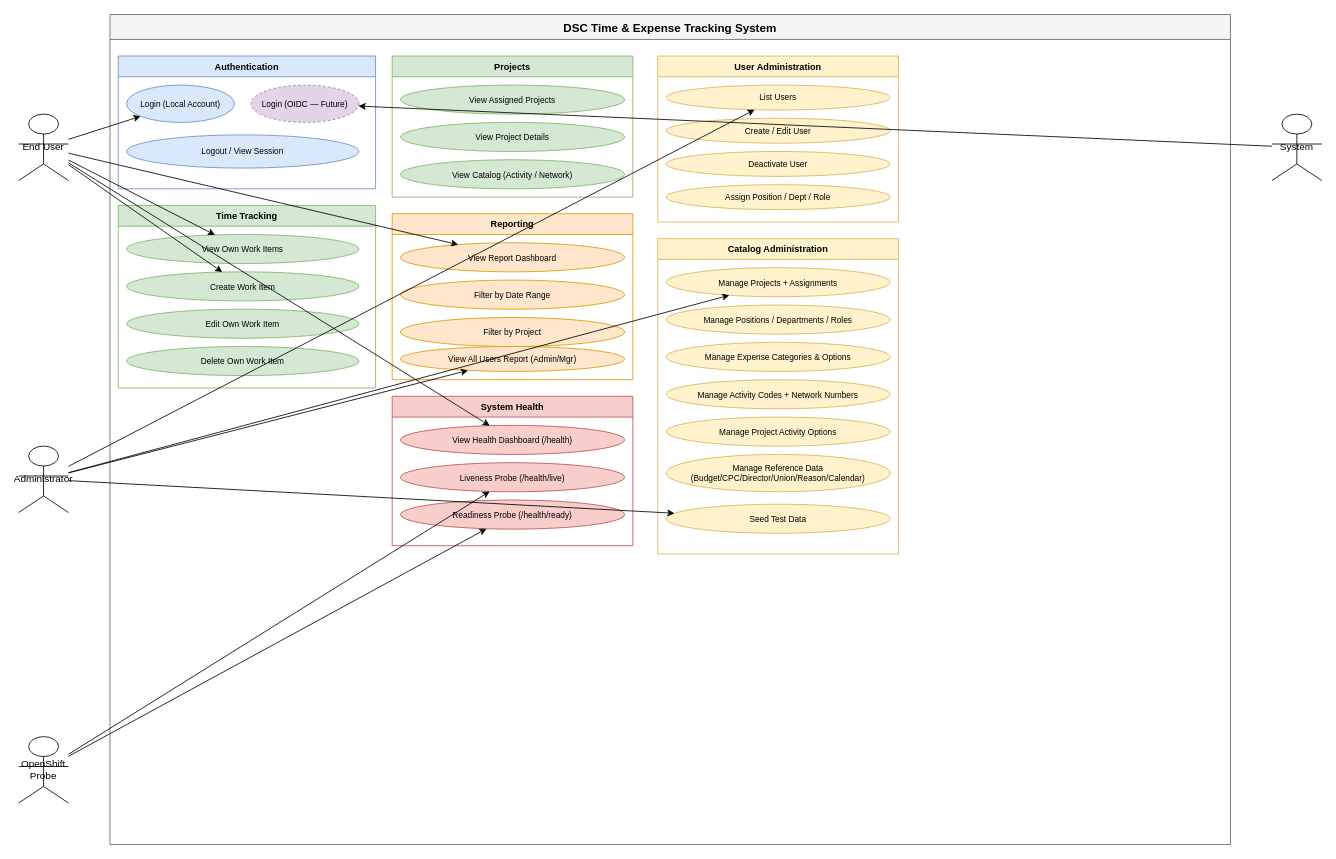
Earlier version of the draw.io diagram diagrams/drawio/use-cases.drawio (rloisell/DSC-modernization). Source tidied: cells renumbered, new cells numbered last; positions are measured from the earlier drawing's top-left corner, leaving out a move shared by most shapes. Both pictures are drawn from the tidied source at 83%, with x=0, y=0 at pixel (18, 14).
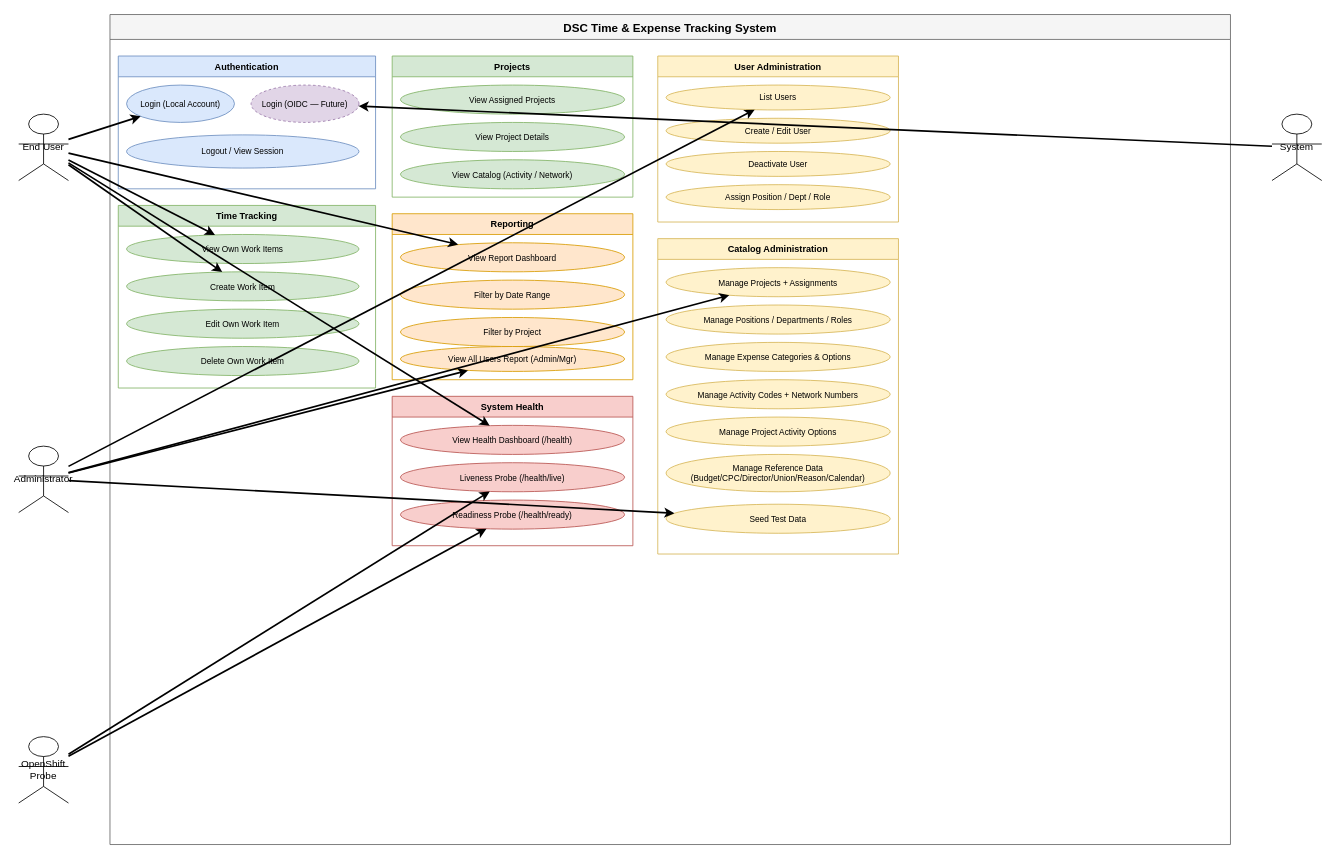
After the change.

Unchanged cells that the change refers to:
```xml
<mxCell id="2" value="End User" style="shape=mxgraph.archimate3.actor;html=1;whiteSpace=wrap;" parent="1" vertex="1">
  <mxGeometry y="120" width="60" height="80" as="geometry" />
</mxCell>
<mxCell id="3" value="Administrator" style="shape=mxgraph.archimate3.actor;html=1;whiteSpace=wrap;" parent="1" vertex="1">
  <mxGeometry y="520" width="60" height="80" as="geometry" />
</mxCell>
<mxCell id="4" value="OpenShift Probe" style="shape=mxgraph.archimate3.actor;html=1;whiteSpace=wrap;" parent="1" vertex="1">
  <mxGeometry y="870" width="60" height="80" as="geometry" />
</mxCell>
<mxCell id="5" value="System" style="shape=mxgraph.archimate3.actor;html=1;whiteSpace=wrap;" parent="1" vertex="1">
  <mxGeometry x="1510" y="120" width="60" height="80" as="geometry" />
</mxCell>
<mxCell id="8" value="Login (Local Account)" style="ellipse;whiteSpace=wrap;html=1;fillColor=#dae8fc;strokeColor=#6c8ebf;fontSize=10;" parent="7" vertex="1">
  <mxGeometry x="10" y="35" width="130" height="45" as="geometry" />
</mxCell>
<mxCell id="9" value="Login (OIDC — Future)" style="ellipse;whiteSpace=wrap;html=1;fillColor=#e1d5e7;strokeColor=#9673a6;fontSize=10;dashed=1;" parent="7" vertex="1">
  <mxGeometry x="160" y="35" width="130" height="45" as="geometry" />
</mxCell>
<mxCell id="12" value="View Own Work Items" style="ellipse;whiteSpace=wrap;html=1;fillColor=#d5e8d4;strokeColor=#82b366;fontSize=10;" parent="11" vertex="1">
  <mxGeometry x="10" y="35" width="280" height="35" as="geometry" />
</mxCell>
<mxCell id="13" value="Create Work Item" style="ellipse;whiteSpace=wrap;html=1;fillColor=#d5e8d4;strokeColor=#82b366;fontSize=10;" parent="11" vertex="1">
  <mxGeometry x="10" y="80" width="280" height="35" as="geometry" />
</mxCell>
<mxCell id="21" value="View Report Dashboard" style="ellipse;whiteSpace=wrap;html=1;fillColor=#ffe6cc;strokeColor=#d79b00;fontSize=10;" parent="20" vertex="1">
  <mxGeometry x="10" y="35" width="270" height="35" as="geometry" />
</mxCell>
<mxCell id="24" value="View All Users Report (Admin/Mgr)" style="ellipse;whiteSpace=wrap;html=1;fillColor=#ffe6cc;strokeColor=#d79b00;fontSize=10;" parent="20" vertex="1">
  <mxGeometry x="10" y="160" width="270" height="30" as="geometry" />
</mxCell>
<mxCell id="26" value="View Health Dashboard (/health)" style="ellipse;whiteSpace=wrap;html=1;fillColor=#f8cecc;strokeColor=#b85450;fontSize=10;" parent="25" vertex="1">
  <mxGeometry x="10" y="35" width="270" height="35" as="geometry" />
</mxCell>
<mxCell id="27" value="Liveness Probe (/health/live)" style="ellipse;whiteSpace=wrap;html=1;fillColor=#f8cecc;strokeColor=#b85450;fontSize=10;" parent="25" vertex="1">
  <mxGeometry x="10" y="80" width="270" height="35" as="geometry" />
</mxCell>
<mxCell id="28" value="Readiness Probe (/health/ready)" style="ellipse;whiteSpace=wrap;html=1;fillColor=#f8cecc;strokeColor=#b85450;fontSize=10;" parent="25" vertex="1">
  <mxGeometry x="10" y="125" width="270" height="35" as="geometry" />
</mxCell>
<mxCell id="30" value="List Users" style="ellipse;whiteSpace=wrap;html=1;fillColor=#fff2cc;strokeColor=#d6b656;fontSize=10;" parent="29" vertex="1">
  <mxGeometry x="10" y="35" width="270" height="30" as="geometry" />
</mxCell>
<mxCell id="35" value="Manage Projects + Assignments" style="ellipse;whiteSpace=wrap;html=1;fillColor=#fff2cc;strokeColor=#d6b656;fontSize=10;" parent="34" vertex="1">
  <mxGeometry x="10" y="35" width="270" height="35" as="geometry" />
</mxCell>
<mxCell id="41" value="Seed Test Data" style="ellipse;whiteSpace=wrap;html=1;fillColor=#fff2cc;strokeColor=#d6b656;fontSize=10;" parent="34" vertex="1">
  <mxGeometry x="10" y="320" width="270" height="35" as="geometry" />
</mxCell>
```

Change to the diagram source:
```diff
@@
-<mxGraphModel>
+<mxGraphModel background="#ffffff">
@@
-    <mxCell id="42" style="edgeStyle=none;" parent="1" edge="1" source="2" target="8">
+    <mxCell id="42" style="edgeStyle=none;strokeWidth=2;" parent="1" edge="1" source="2" target="8">
       <mxGeometry relative="1" as="geometry" />
     </mxCell>
-    <mxCell id="43" style="edgeStyle=none;" parent="1" edge="1" source="2" target="12">
+    <mxCell id="43" style="edgeStyle=none;strokeWidth=2;" parent="1" edge="1" source="2" target="12">
       <mxGeometry relative="1" as="geometry" />
     </mxCell>
-    <mxCell id="44" style="edgeStyle=none;" parent="1" edge="1" source="2" target="13">
+    <mxCell id="44" style="edgeStyle=none;strokeWidth=2;" parent="1" edge="1" source="2" target="13">
       <mxGeometry relative="1" as="geometry" />
     </mxCell>
-    <mxCell id="45" style="edgeStyle=none;" parent="1" edge="1" source="2" target="21">
+    <mxCell id="45" style="edgeStyle=none;strokeWidth=2;" parent="1" edge="1" source="2" target="21">
       <mxGeometry relative="1" as="geometry" />
     </mxCell>
-    <mxCell id="46" style="edgeStyle=none;" parent="1" edge="1" source="2" target="26">
+    <mxCell id="46" style="edgeStyle=none;strokeWidth=2;" parent="1" edge="1" source="2" target="26">
       <mxGeometry relative="1" as="geometry" />
     </mxCell>
-    <mxCell id="47" style="edgeStyle=none;" parent="1" edge="1" source="3" target="30">
+    <mxCell id="47" style="edgeStyle=none;strokeWidth=2;" parent="1" edge="1" source="3" target="30">
       <mxGeometry relative="1" as="geometry" />
     </mxCell>
-    <mxCell id="48" style="edgeStyle=none;" parent="1" edge="1" source="3" target="35">
+    <mxCell id="48" style="edgeStyle=none;strokeWidth=2;" parent="1" edge="1" source="3" target="35">
       <mxGeometry relative="1" as="geometry" />
     </mxCell>
-    <mxCell id="49" style="edgeStyle=none;" parent="1" edge="1" source="3" target="24">
+    <mxCell id="49" style="edgeStyle=none;strokeWidth=2;" parent="1" edge="1" source="3" target="24">
       <mxGeometry relative="1" as="geometry" />
     </mxCell>
-    <mxCell id="50" style="edgeStyle=none;" parent="1" edge="1" source="3" target="41">
+    <mxCell id="50" style="edgeStyle=none;strokeWidth=2;" parent="1" edge="1" source="3" target="41">
       <mxGeometry relative="1" as="geometry" />
     </mxCell>
-    <mxCell id="51" style="edgeStyle=none;" parent="1" edge="1" source="4" target="27">
+    <mxCell id="51" style="edgeStyle=none;strokeWidth=2;" parent="1" edge="1" source="4" target="27">
       <mxGeometry relative="1" as="geometry" />
     </mxCell>
-    <mxCell id="52" style="edgeStyle=none;" parent="1" edge="1" source="4" target="28">
+    <mxCell id="52" style="edgeStyle=none;strokeWidth=2;" parent="1" edge="1" source="4" target="28">
       <mxGeometry relative="1" as="geometry" />
     </mxCell>
-    <mxCell id="53" style="edgeStyle=none;" parent="1" edge="1" source="5" target="9">
+    <mxCell id="53" style="edgeStyle=none;strokeWidth=2;" parent="1" edge="1" source="5" target="9">
       <mxGeometry relative="1" as="geometry" />
     </mxCell>
```
